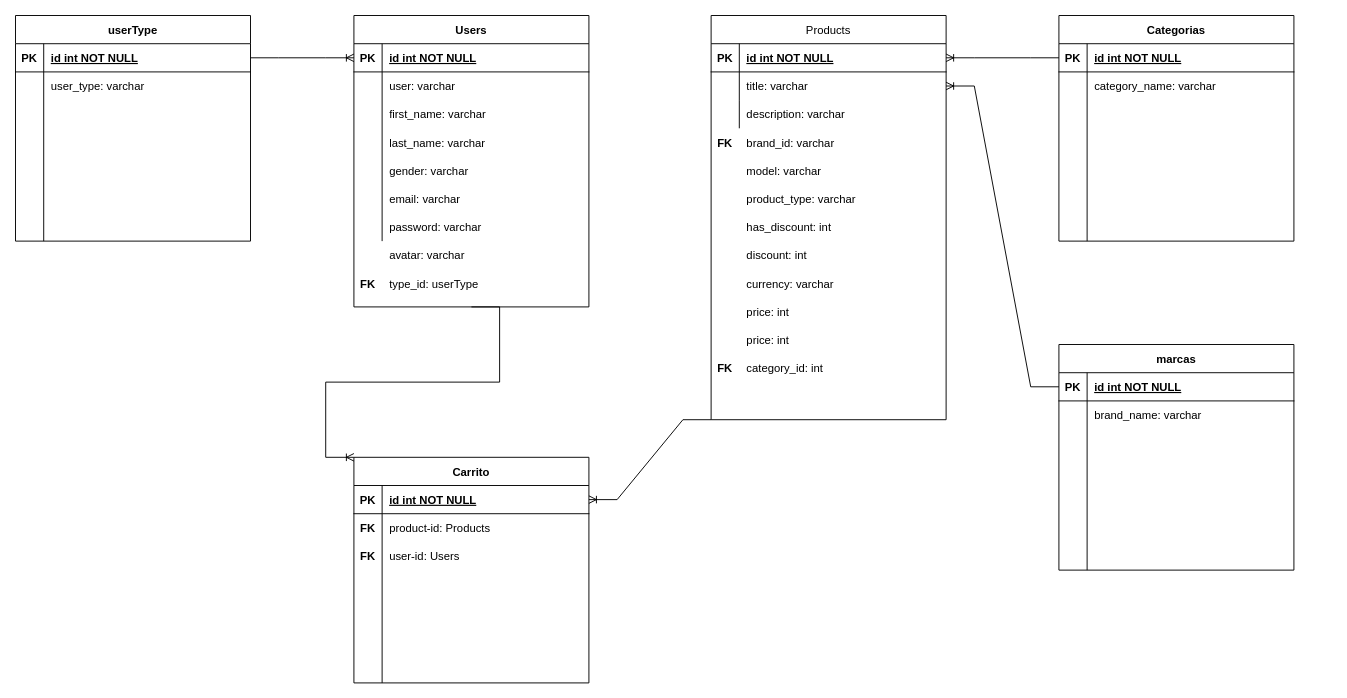
Before: diagrama-db.drawio in LuisMalpeli/grupo_7_DigitalMarket, a draw.io diagram. Source tidied: cells renumbered, new cells numbered last; positions are measured from the earlier drawing's top-left corner, leaving out a move shared by most shapes. Both pictures are drawn from the tidied source at 94%, with x=0, y=0 at pixel (15, 15).
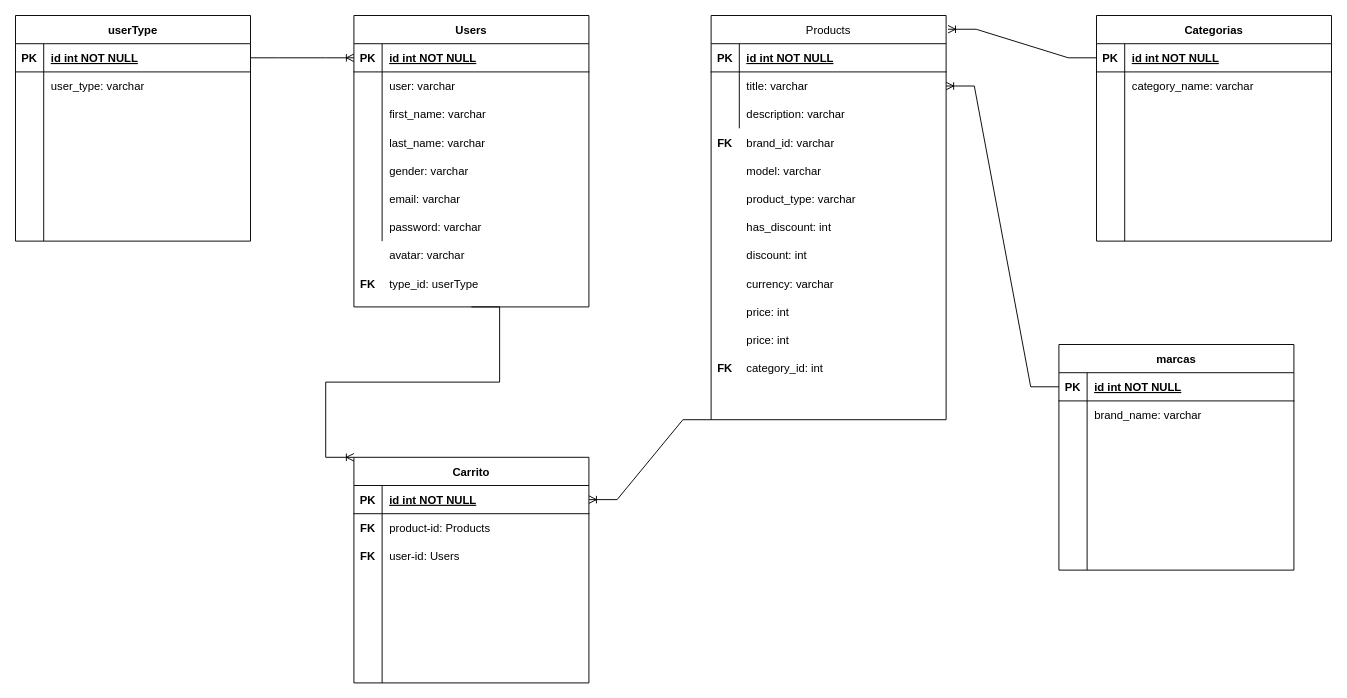
After the change.

Commit message (it also covers changes not shown here):
link a BBDD nueva

Unchanged cells that the change refers to:
```xml
<mxCell id="2" value="Products" style="shape=table;startSize=30;childLayout=tableLayout;rowLines=0;fontStyle=0;align=center;" parent="1" vertex="1">
  <mxGeometry x="740" width="250" height="430" as="geometry" />
</mxCell>
<mxCell id="3" style="shape=partialRectangle;fillColor=none;points=[[0,0.5],[1,0.5]];portConstraint=eastwest;top=0;left=0;right=0;bottom=1;" parent="2" vertex="1">
  <mxGeometry y="30" width="250" height="30" as="geometry" />
</mxCell>
<mxCell id="34" style="shape=partialRectangle;fillColor=none;points=[[0,0.5],[1,0.5]];portConstraint=eastwest;top=0;left=0;right=0;bottom=1;" parent="33" vertex="1">
  <mxGeometry y="30" width="250" height="30" as="geometry" />
</mxCell>
```

Change to the diagram source:
```diff
@@
     <mxCell id="33" value="Categorias" style="shape=table;startSize=30;childLayout=tableLayout;rowLines=0;fontStyle=1;align=center;" parent="1" vertex="1">
-      <mxGeometry x="1110" width="250" height="240" as="geometry" />
+      <mxGeometry x="1150" width="250" height="240" as="geometry" />
     </mxCell>
@@
     <mxCell id="40" value="category_name: varchar" style="shape=partialRectangle;overflow=hidden;fillColor=none;top=0;left=0;bottom=0;right=0;align=left;spacingLeft=6;" parent="1" vertex="1">
-      <mxGeometry x="1140" y="60" width="220" height="30" as="geometry" />
+      <mxGeometry x="1180" y="60" width="220" height="30" as="geometry" />
     </mxCell>
@@
-    <mxCell id="69" style="edgeStyle=entityRelationEdgeStyle;fontSize=12;html=1;endArrow=ERoneToMany;rounded=0;exitX=0;exitY=0.5;exitDx=0;exitDy=0;entryX=1;entryY=0.5;entryDx=0;entryDy=0;" parent="1" edge="1" source="34" target="3">
-      <mxGeometry relative="1" as="geometry" />
-    </mxCell>
@@
+    <mxCell id="79" style="edgeStyle=entityRelationEdgeStyle;fontSize=12;html=1;endArrow=ERoneToMany;rounded=0;exitX=0;exitY=0.5;exitDx=0;exitDy=0;entryX=1.008;entryY=0.034;entryDx=0;entryDy=0;entryPerimeter=0;" parent="1" edge="1" source="34" target="2">
+      <mxGeometry relative="1" as="geometry" />
+    </mxCell>
```
